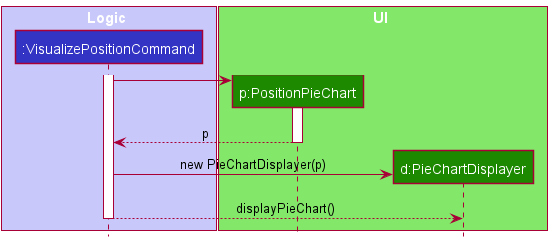
Above: docs/images/VisualizeSequenceDiagram.png in nus-cs2103-AY2122S1/tp (PlantUML), before the change. Source of this version:
```plantuml
@startuml
!include style.puml

autoactivate on

box Logic LOGIC_COLOR_T1
participant ":VisualizePositionCommand" as VisualizePositionCommand LOGIC_COLOR
end box

box UI UI_COLOR_T1
participant "p:PositionPieChart" as PositionPieChart UI_COLOR
participant "d:PieChartDisplayer" as PieChartDisplayer UI_COLOR
end box

activate VisualizePositionCommand

VisualizePositionCommand -> PositionPieChart **
activate PositionPieChart
return p

VisualizePositionCommand -> PieChartDisplayer ** : new PieChartDisplayer(p)

VisualizePositionCommand --> PieChartDisplayer : displayPieChart()

@enduml
```
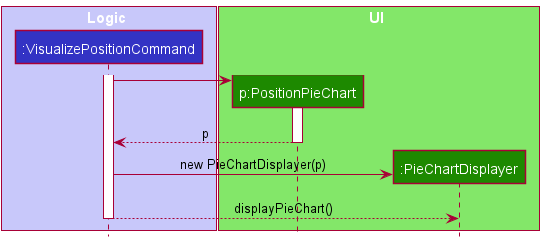
After the change.

What changed in the source:
```diff
@@ -9,7 +9,7 @@
 
 box UI UI_COLOR_T1
 participant "p:PositionPieChart" as PositionPieChart UI_COLOR
-participant "d:PieChartDisplayer" as PieChartDisplayer UI_COLOR
+participant ":PieChartDisplayer" as PieChartDisplayer UI_COLOR
 end box
 
 activate VisualizePositionCommand
```
